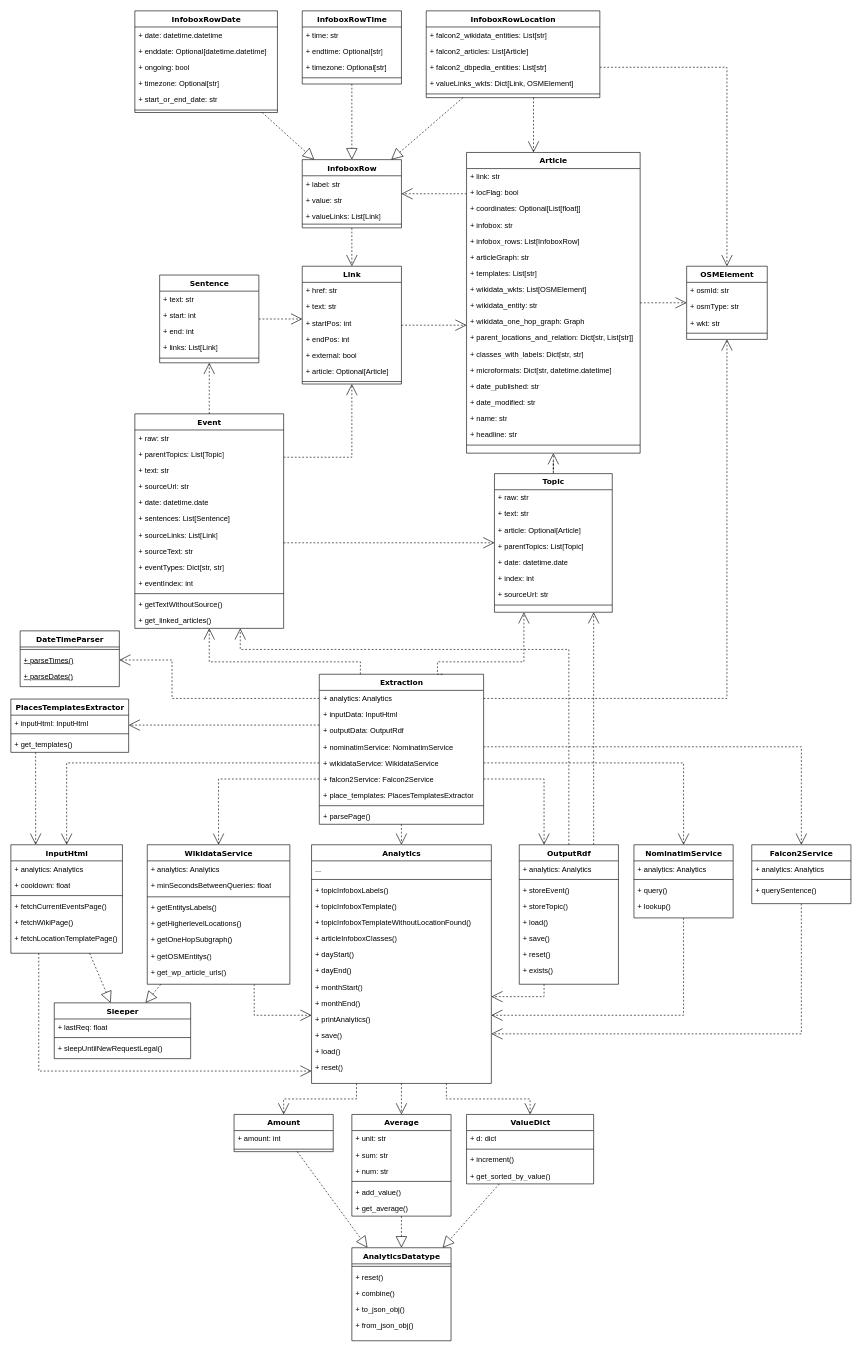
The draw.io diagram docs/class_diagram.drawio in semantic-systems/current-events-to-kg, before the edit. Source tidied: cells renumbered, new cells numbered last; positions are measured from the earlier drawing's top-left corner, leaving out a move shared by most shapes. Both pictures are drawn from the tidied source at 62%, with x=0, y=0 at pixel (11, 11).
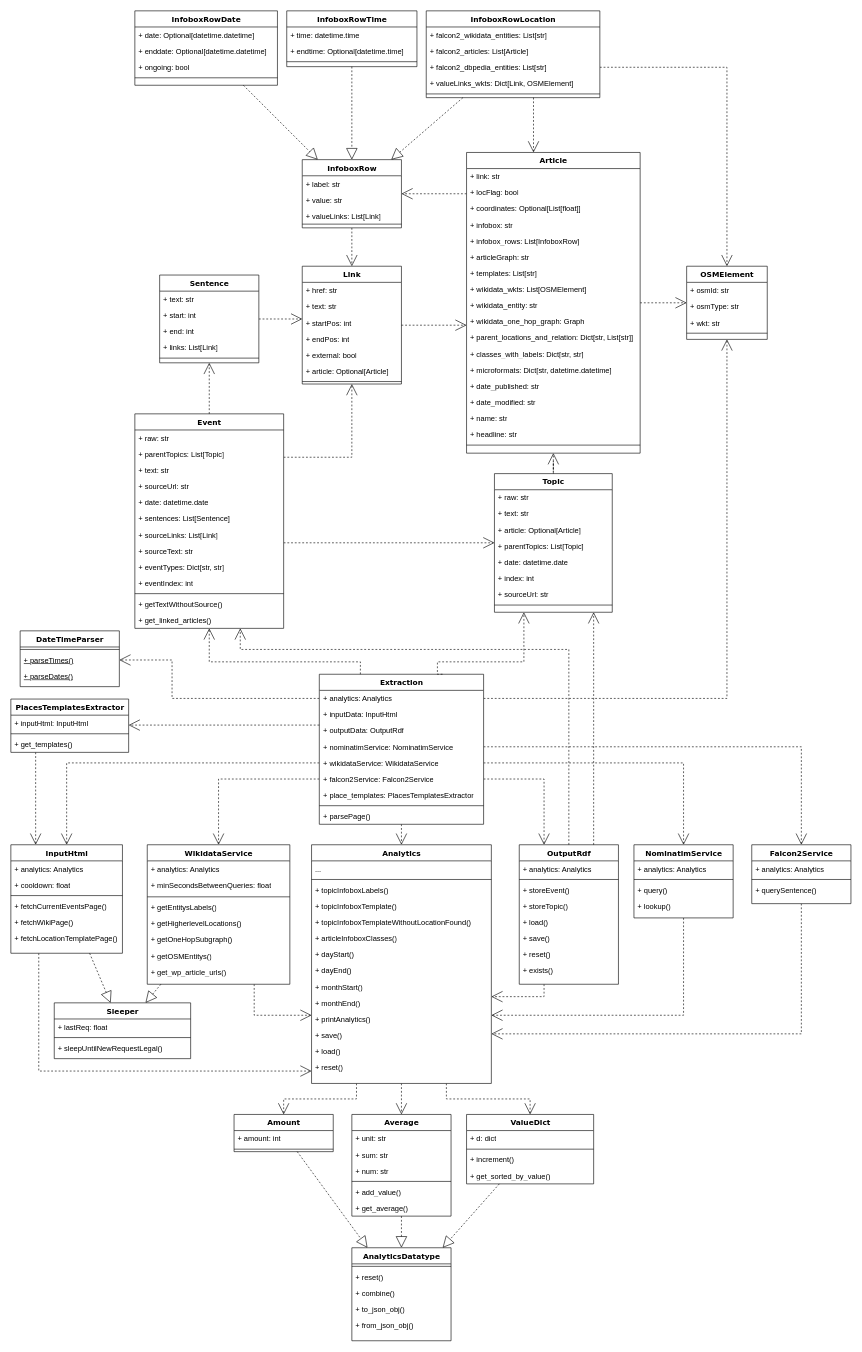
Above is the later version.

Commit message (it also covers changes not shown here):
rework of date/time extraction/output

Diff of the diagram source:
```diff
@@
     <mxCell id="135" value="InfoboxRowDate" style="swimlane;html=1;fontStyle=1;align=center;verticalAlign=top;horizontal=1;startSize=26;swimlaneFillColor=#ffffff;rounded=0;shadow=0;comic=0;labelBackgroundColor=none;strokeWidth=1;fillColor=none;fontFamily=Verdana;fontSize=12;" parent="1" vertex="1">
-      <mxGeometry x="200" width="230" height="164" as="geometry" />
+      <mxGeometry x="200" width="230" height="120" as="geometry" />
     </mxCell>
-    <mxCell id="136" value="+ date: datetime.datetime" style="text;html=1;strokeColor=none;fillColor=none;align=left;verticalAlign=top;spacingLeft=4;spacingRight=4;whiteSpace=wrap;overflow=hidden;" parent="135" vertex="1">
+    <mxCell id="136" value="+ date: Optional[datetime.datetime]" style="text;html=1;strokeColor=none;fillColor=none;align=left;verticalAlign=top;spacingLeft=4;spacingRight=4;whiteSpace=wrap;overflow=hidden;" parent="135" vertex="1">
       <mxGeometry y="26" width="230" height="26" as="geometry" />
     </mxCell>
@@
-    <mxCell id="139" value="+ timezone: Optional[str]" style="text;html=1;strokeColor=none;fillColor=none;align=left;verticalAlign=top;spacingLeft=4;spacingRight=4;whiteSpace=wrap;overflow=hidden;" parent="135" vertex="1">
-      <mxGeometry y="104" width="230" height="26" as="geometry" />
-    </mxCell>
-    <mxCell id="140" value="+ start_or_end_date: str" style="text;html=1;strokeColor=none;fillColor=none;align=left;verticalAlign=top;spacingLeft=4;spacingRight=4;whiteSpace=wrap;overflow=hidden;" parent="135" vertex="1">
-      <mxGeometry y="130" width="230" height="26" as="geometry" />
-    </mxCell>
     <mxCell id="141" style="line;html=1;strokeWidth=1;fillColor=none;align=left;verticalAlign=middle;spacingTop=-1;spacingLeft=3;spacingRight=3;labelPosition=right;" parent="135" vertex="1">
-      <mxGeometry y="156" width="230" height="8" as="geometry" />
+      <mxGeometry y="104" width="230" height="8" as="geometry" />
     </mxCell>
     <mxCell id="142" value="InfoboxRowTime" style="swimlane;html=1;fontStyle=1;align=center;verticalAlign=top;horizontal=1;startSize=26;swimlaneFillColor=#ffffff;rounded=0;shadow=0;comic=0;labelBackgroundColor=none;strokeWidth=1;fillColor=none;fontFamily=Verdana;fontSize=12;" parent="1" vertex="1">
-      <mxGeometry x="470" width="160" height="118" as="geometry" />
+      <mxGeometry x="445" width="210" height="90" as="geometry" />
     </mxCell>
-    <mxCell id="143" value="+ time: str" style="text;html=1;strokeColor=none;fillColor=none;align=left;verticalAlign=top;spacingLeft=4;spacingRight=4;whiteSpace=wrap;overflow=hidden;" parent="142" vertex="1">
-      <mxGeometry y="26" width="160" height="26" as="geometry" />
+    <mxCell id="143" value="+ time: datetime.time" style="text;html=1;strokeColor=none;fillColor=none;align=left;verticalAlign=top;spacingLeft=4;spacingRight=4;whiteSpace=wrap;overflow=hidden;" parent="142" vertex="1">
+      <mxGeometry y="26" width="210" height="26" as="geometry" />
     </mxCell>
-    <mxCell id="144" value="+ endtime: Optional[str]" style="text;html=1;strokeColor=none;fillColor=none;align=left;verticalAlign=top;spacingLeft=4;spacingRight=4;whiteSpace=wrap;overflow=hidden;" parent="142" vertex="1">
-      <mxGeometry y="52" width="160" height="26" as="geometry" />
+    <mxCell id="144" value="+ endtime: Optional[datetime.time]" style="text;html=1;strokeColor=none;fillColor=none;align=left;verticalAlign=top;spacingLeft=4;spacingRight=4;whiteSpace=wrap;overflow=hidden;" parent="142" vertex="1">
+      <mxGeometry y="52" width="210" height="26" as="geometry" />
     </mxCell>
-    <mxCell id="145" value="+ timezone: Optional[str]" style="text;html=1;strokeColor=none;fillColor=none;align=left;verticalAlign=top;spacingLeft=4;spacingRight=4;whiteSpace=wrap;overflow=hidden;" parent="142" vertex="1">
-      <mxGeometry y="78" width="160" height="26" as="geometry" />
-    </mxCell>
     <mxCell id="146" style="line;html=1;strokeWidth=1;fillColor=none;align=left;verticalAlign=middle;spacingTop=-1;spacingLeft=3;spacingRight=3;labelPosition=right;" parent="142" vertex="1">
-      <mxGeometry y="104" width="160" height="8" as="geometry" />
+      <mxGeometry y="78" width="210" height="8" as="geometry" />
     </mxCell>
```
